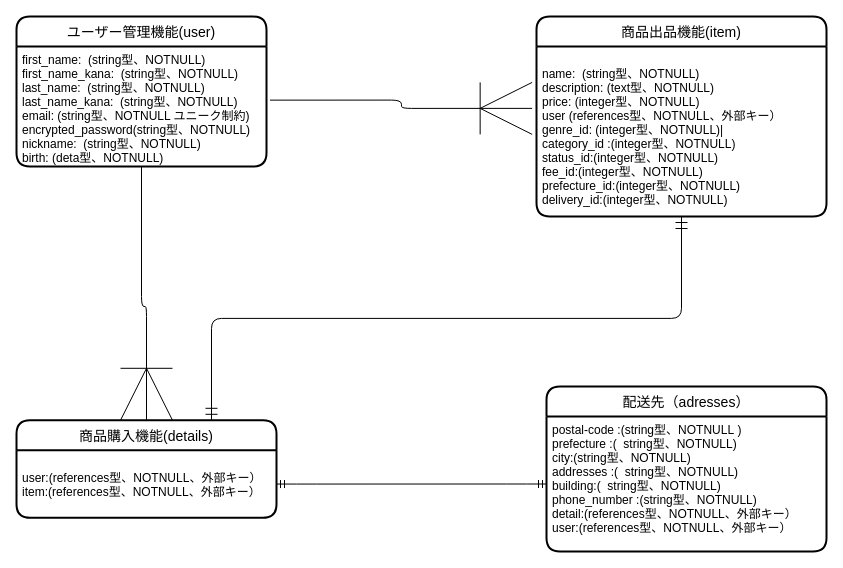
This is furima.dio from yoshiocamp/furima-40747, a draw.io file, before an edit. Source tidied: cells renumbered, new cells numbered last; positions are measured from the earlier drawing's top-left corner, leaving out a move shared by most shapes. Both pictures are drawn from the tidied source at 100%, with x=0, y=0 at pixel (16, 16).
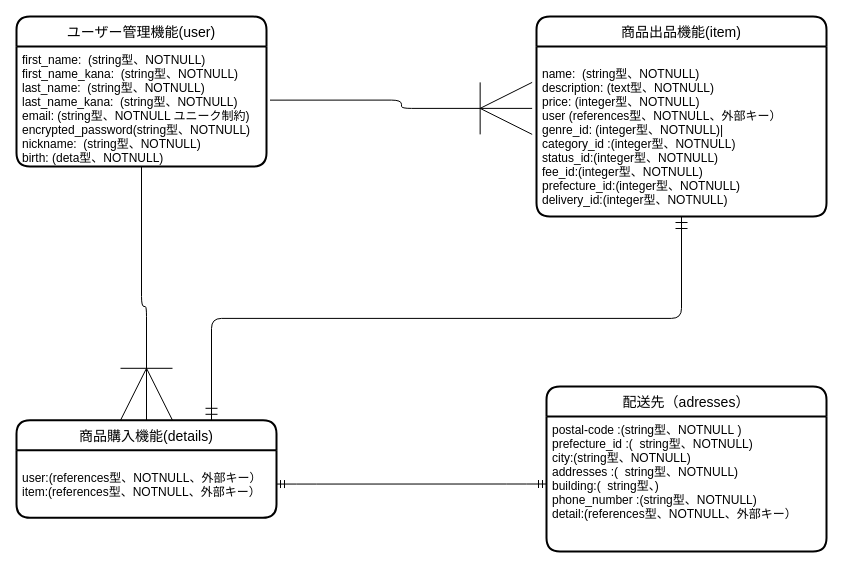
The same diagram, later.

Diff of the diagram source:
```diff
@@
 <mxGraphModel>
   <root>
     <mxCell id="0" />
     <mxCell id="1" parent="0" />
     <mxCell id="2" value="ユーザー管理機能(user)" style="swimlane;horizontal=1;startSize=30;rounded=1;fontSize=14;fontStyle=0;strokeWidth=2;shadow=0;dashed=0;align=center;" parent="1" vertex="1">
       <mxGeometry width="250" height="150" as="geometry" />
     </mxCell>
     <mxCell id="3" value="first_name:  (string型、NOTNULL)&#10;first_name_kana:  (string型、NOTNULL)&#10;last_name:  (string型、NOTNULL)&#10;last_name_kana:  (string型、NOTNULL)&#10;email: (string型、NOTNULL ユニーク制約)&#10;encrypted_password(string型、NOTNULL)&#10;nickname:  (string型、NOTNULL)&#10;birth: (deta型、NOTNULL)&#10;" style="align=left;strokeColor=none;fillColor=none;spacingLeft=4;fontSize=12;verticalAlign=top;" parent="2" vertex="1">
       <mxGeometry y="30" width="250" height="120" as="geometry" />
     </mxCell>
     <mxCell id="4" value="商品購入機能(details)" style="swimlane;horizontal=1;startSize=30;rounded=1;fontSize=14;fontStyle=0;strokeWidth=2;shadow=0;dashed=0;align=center;" parent="1" vertex="1">
       <mxGeometry y="403.8" width="260" height="97.5" as="geometry" />
     </mxCell>
     <mxCell id="5" value="&#10;user:(references型、NOTNULL、外部キー）&#10;item:(references型、NOTNULL、外部キー）&#10;" style="align=left;strokeColor=none;fillColor=none;spacingLeft=4;fontSize=12;verticalAlign=top;" parent="4" vertex="1">
       <mxGeometry y="30" width="260" height="67.5" as="geometry" />
     </mxCell>
     <mxCell id="6" value="商品出品機能(item)" style="swimlane;horizontal=1;startSize=30;rounded=1;fontSize=14;fontStyle=0;strokeWidth=2;shadow=0;dashed=0;align=center;" parent="1" vertex="1">
       <mxGeometry x="520" width="290" height="200" as="geometry" />
     </mxCell>
     <mxCell id="7" value="&#10;name:  (string型、NOTNULL)&#10;description: (text型、NOTNULL)&#10;price: (integer型、NOTNULL)&#10;user (references型、NOTNULL、外部キー）&#10;genre_id: (integer型、NOTNULL)|&#10;category_id :(integer型、NOTNULL)&#10;status_id:(integer型、NOTNULL)&#10;fee_id:(integer型、NOTNULL)&#10;prefecture_id:(integer型、NOTNULL)&#10;delivery_id:(integer型、NOTNULL)" style="align=left;strokeColor=none;fillColor=none;spacingLeft=4;fontSize=12;verticalAlign=top;" parent="6" vertex="1">
       <mxGeometry y="30" width="290" height="170" as="geometry" />
     </mxCell>
     <mxCell id="8" style="edgeStyle=orthogonalEdgeStyle;fontSize=12;html=1;endArrow=ERoneToMany;exitX=1.014;exitY=0.447;exitDx=0;exitDy=0;exitPerimeter=0;endSize=50;startSize=10;targetPerimeterSpacing=0;sourcePerimeterSpacing=0;jumpSize=5;jumpStyle=none;entryX=-0.015;entryY=0.364;entryDx=0;entryDy=0;entryPerimeter=0;" parent="1" edge="1" source="3" target="7">
       <mxGeometry relative="1" as="geometry" />
     </mxCell>
     <mxCell id="9" style="edgeStyle=orthogonalEdgeStyle;fontSize=12;html=1;endArrow=ERoneToMany;startSize=10;endSize=50;sourcePerimeterSpacing=0;targetPerimeterSpacing=0;jumpStyle=none;jumpSize=5;exitX=0.5;exitY=1;exitDx=0;exitDy=0;entryX=0.5;entryY=0;entryDx=0;entryDy=0;" parent="1" edge="1" source="3" target="4">
       <mxGeometry relative="1" as="geometry">
         <Array as="points">
           <mxPoint x="125" y="290" />
           <mxPoint x="130" y="290" />
         </Array>
       </mxGeometry>
     </mxCell>
     <mxCell id="10" style="fontSize=12;html=1;endArrow=ERmandOne;startArrow=ERmandOne;startSize=10;endSize=10;sourcePerimeterSpacing=0;targetPerimeterSpacing=0;jumpStyle=none;jumpSize=5;entryX=0.5;entryY=1;entryDx=0;entryDy=0;exitX=0.75;exitY=0;exitDx=0;exitDy=0;edgeStyle=orthogonalEdgeStyle;" parent="1" edge="1" source="4" target="7">
       <mxGeometry relative="1" as="geometry" />
     </mxCell>
     <mxCell id="11" value="配送先（adresses）" style="swimlane;horizontal=1;startSize=30;rounded=1;fontSize=14;fontStyle=0;strokeWidth=2;shadow=0;dashed=0;align=center;" parent="1" vertex="1">
       <mxGeometry x="530" y="370" width="280" height="165" as="geometry" />
     </mxCell>
-    <mxCell id="12" value="postal-code :(string型、NOTNULL ) &#10;prefecture :(  string型、NOTNULL) &#10;city:(string型、NOTNULL) &#10;addresses :(  string型、NOTNULL)&#10;building:(  string型、NOTNULL)           &#10;phone_number :(string型、NOTNULL)&#10;detail:(references型、NOTNULL、外部キー）&#10;user:(references型、NOTNULL、外部キー）&#10;" style="align=left;strokeColor=none;fillColor=none;spacingLeft=4;fontSize=12;verticalAlign=top;" parent="11" vertex="1">
+    <mxCell id="12" value="postal-code :(string型、NOTNULL ) &#10;prefecture_id :(  string型、NOTNULL) &#10;city:(string型、NOTNULL) &#10;addresses :(  string型、NOTNULL)&#10;building:(  string型、)           &#10;phone_number :(string型、NOTNULL)&#10;detail:(references型、NOTNULL、外部キー）&#10;&#10;" style="align=left;strokeColor=none;fillColor=none;spacingLeft=4;fontSize=12;verticalAlign=top;" parent="11" vertex="1">
       <mxGeometry y="30" width="280" height="135" as="geometry" />
     </mxCell>
     <mxCell id="13" style="edgeStyle=entityRelationEdgeStyle;fontSize=12;html=1;endArrow=ERmandOne;startArrow=ERmandOne;entryX=0;entryY=0.5;entryDx=0;entryDy=0;exitX=1;exitY=0.5;exitDx=0;exitDy=0;" parent="1" edge="1" source="5" target="12">
       <mxGeometry relative="1" as="geometry" />
     </mxCell>
   </root>
 </mxGraphModel>
```
